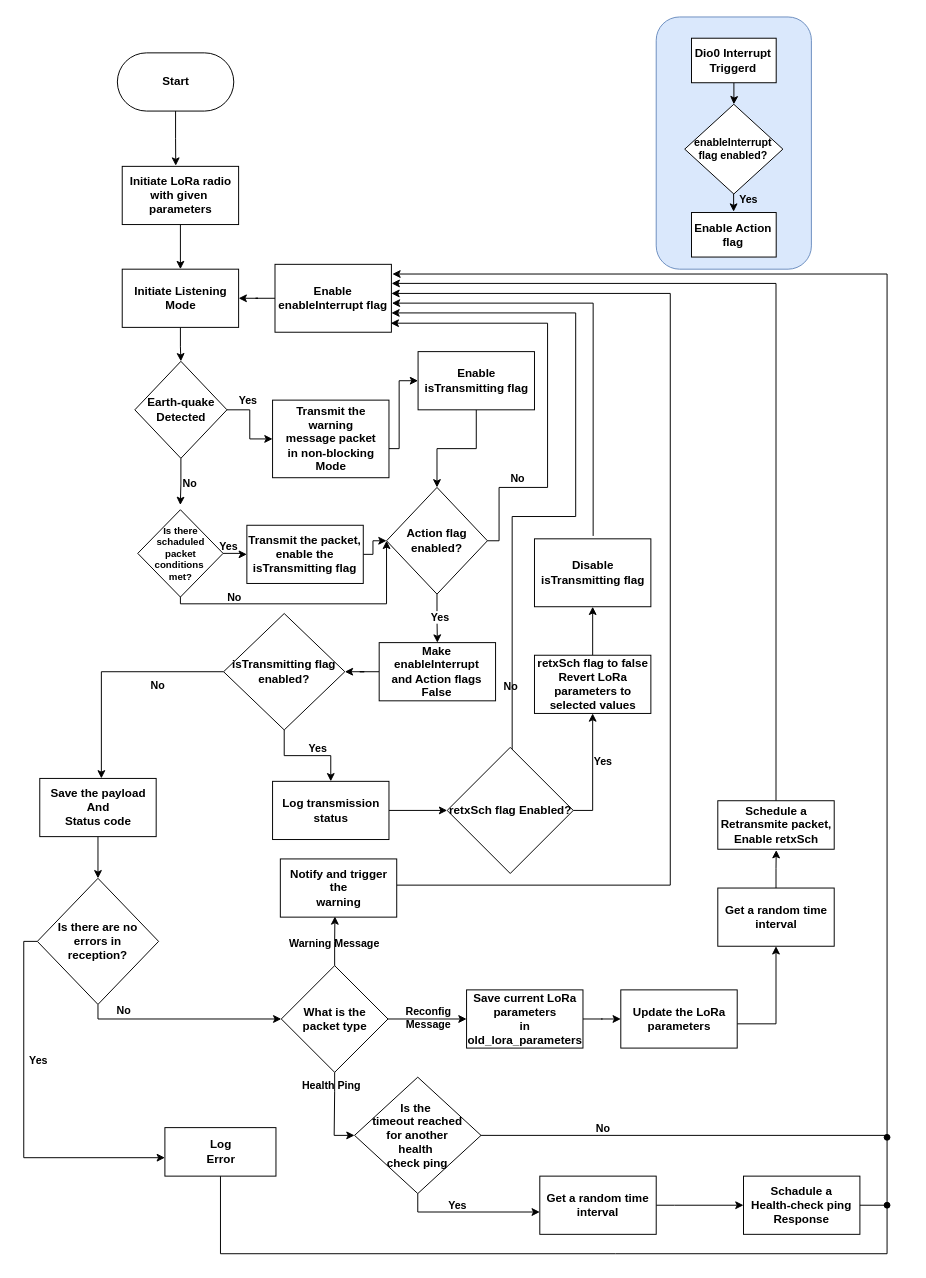
The draw.io diagram End device flow.drawio in NuwanUdara/my-diagrams, before the edit. Source tidied: cells renumbered, new cells numbered last; positions are measured from the earlier drawing's top-left corner, leaving out a move shared by most shapes. Both pictures are drawn from the tidied source at 97%, with x=0, y=0 at pixel (23, 16).
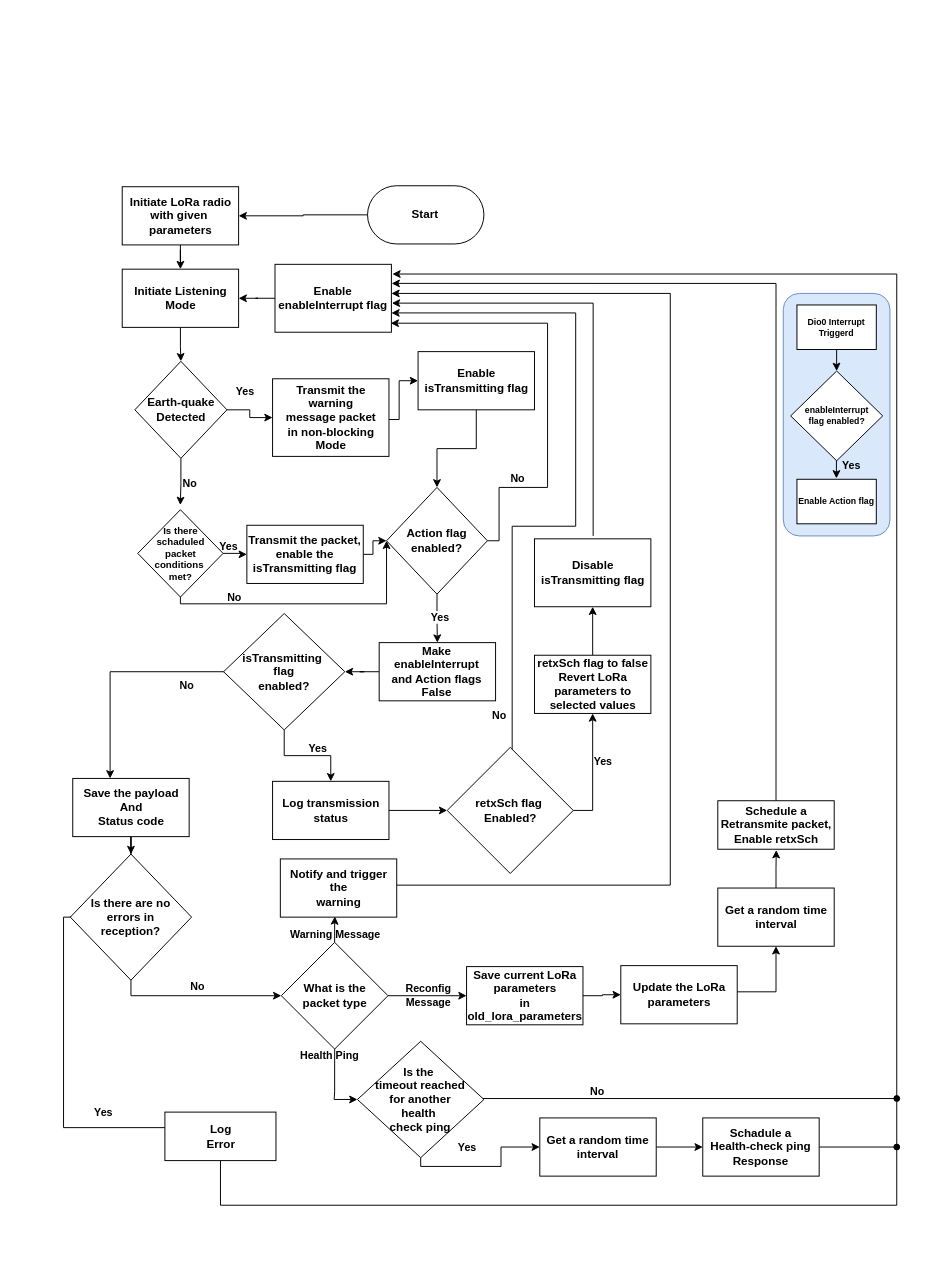
After the change.

The change refers to these unchanged cells:
```xml
<mxCell id="24" value="Enable&lt;div&gt;isTransmitting flag&lt;/div&gt;" style="rounded=0;whiteSpace=wrap;html=1;fontStyle=1;" parent="1" vertex="1">
  <mxGeometry x="406.5" y="345" width="120" height="60" as="geometry" />
</mxCell>
<mxCell id="53" style="edgeStyle=orthogonalEdgeStyle;rounded=0;jettySize=auto;html=1;entryX=0.469;entryY=0.988;entryDx=0;entryDy=0;entryPerimeter=0;fontStyle=1;" parent="1" edge="1" source="59" target="61">
  <mxGeometry relative="1" as="geometry" />
</mxCell>
<mxCell id="55" style="edgeStyle=orthogonalEdgeStyle;rounded=0;jettySize=auto;html=1;entryX=0;entryY=0.5;entryDx=0;entryDy=0;fontStyle=1;" parent="1" edge="1" source="59" target="63">
  <mxGeometry relative="1" as="geometry" />
</mxCell>
<mxCell id="66" value="Get a random time interval" style="rounded=0;whiteSpace=wrap;html=1;fontStyle=1;" parent="1" vertex="1">
  <mxGeometry x="715.5" y="898" width="120" height="60" as="geometry" />
</mxCell>
```

The edit, as a diff of the source:
```diff
@@
-    <mxCell id="2" style="edgeStyle=orthogonalEdgeStyle;rounded=0;jettySize=auto;html=1;entryX=0.46;entryY=-0.012;entryDx=0;entryDy=0;entryPerimeter=0;fontStyle=1;" parent="1" edge="1" source="3" target="5">
+    <mxCell id="2" style="edgeStyle=orthogonalEdgeStyle;rounded=0;jettySize=auto;html=1;entryX=1;entryY=0.5;entryDx=0;entryDy=0;" parent="1" edge="1" source="3" target="5">
       <mxGeometry relative="1" as="geometry" />
     </mxCell>
     <mxCell id="3" value="Start" style="rounded=1;whiteSpace=wrap;html=1;arcSize=50;fontStyle=1;" parent="1" vertex="1">
-      <mxGeometry x="96.5" y="37" width="120" height="60" as="geometry" />
+      <mxGeometry x="354.4" y="174" width="120" height="60" as="geometry" />
     </mxCell>
@@
     <mxCell id="5" value="Initiate LoRa radio&lt;br&gt;with given&amp;nbsp;&lt;div&gt;parameters&lt;/div&gt;" style="rounded=0;whiteSpace=wrap;html=1;fontStyle=1;" parent="1" vertex="1">
-      <mxGeometry x="101.5" y="154" width="120" height="60" as="geometry" />
+      <mxGeometry x="101.5" y="175" width="120" height="60" as="geometry" />
     </mxCell>
@@
     <mxCell id="13" style="edgeStyle=orthogonalEdgeStyle;rounded=0;jettySize=auto;html=1;entryX=0;entryY=0.5;entryDx=0;entryDy=0;fontStyle=1;" parent="1" edge="1" source="14" target="24">
       <mxGeometry relative="1" as="geometry">
         <Array as="points">
-          <mxPoint x="387" y="445" />
+          <mxPoint x="387" y="415" />
           <mxPoint x="387" y="375" />
         </Array>
       </mxGeometry>
     </mxCell>
     <mxCell id="14" value="Transmit the warning&lt;br&gt;message packet&lt;div&gt;in non-blocking&lt;/div&gt;&lt;div&gt;Mode&lt;/div&gt;" style="rounded=0;whiteSpace=wrap;html=1;fontStyle=1;" parent="1" vertex="1">
-      <mxGeometry x="256.5" y="395" width="120" height="80" as="geometry" />
+      <mxGeometry x="256.5" y="373" width="120" height="80" as="geometry" />
     </mxCell>
     <mxCell id="15" style="group;fontStyle=1;" parent="1" vertex="1">
-      <mxGeometry x="652" width="160" height="260" as="geometry" />
+      <mxGeometry x="763" y="275" width="150" height="260" as="geometry" />
     </mxCell>
     <mxCell id="16" style="rounded=1;whiteSpace=wrap;html=1;fillColor=#dae8fc;strokeColor=#6c8ebf;fontStyle=1;" parent="15" vertex="1">
-      <mxGeometry width="160" height="260" as="geometry" />
+      <mxGeometry x="20" y="10" width="110" height="250" as="geometry" />
     </mxCell>
@@
-    <mxCell id="18" value="Dio0 Interrupt Triggerd" style="rounded=0;whiteSpace=wrap;html=1;fontStyle=1;" parent="15" vertex="1">
-      <mxGeometry x="36.4" y="21.9" width="87.3" height="45.9" as="geometry" />
+    <mxCell id="18" value="Dio0 Interrupt Triggerd" style="rounded=0;whiteSpace=wrap;html=1;fontStyle=1;fontSize=9;" parent="15" vertex="1">
+      <mxGeometry x="34.1" y="21.9" width="81.8" height="45.9" as="geometry" />
     </mxCell>
     <mxCell id="19" style="edgeStyle=orthogonalEdgeStyle;rounded=0;orthogonalLoop=1;jettySize=auto;html=1;entryX=0.5;entryY=0;entryDx=0;entryDy=0;fontStyle=1;" parent="15" edge="1">
       <mxGeometry relative="1" as="geometry">
-        <mxPoint x="79.8" y="181.6" as="sourcePoint" />
-        <mxPoint x="79.8" y="200.7" as="targetPoint" />
+        <mxPoint x="74.8" y="181.6" as="sourcePoint" />
+        <mxPoint x="74.8" y="200.7" as="targetPoint" />
       </mxGeometry>
     </mxCell>
@@
-    <mxCell id="21" value="&lt;font style=&quot;font-size: 11px;&quot;&gt;enableInterrupt&lt;/font&gt;&lt;div style=&quot;font-size: 11px;&quot;&gt;&lt;font style=&quot;font-size: 11px;&quot;&gt;flag enabled?&lt;/font&gt;&lt;/div&gt;" style="rhombus;whiteSpace=wrap;html=1;fontStyle=1;" parent="15" vertex="1">
-      <mxGeometry x="29.4" y="90" width="101.2" height="92.5" as="geometry" />
+    <mxCell id="21" value="&lt;font style=&quot;font-size: 9px;&quot;&gt;enableInterrupt&lt;/font&gt;&lt;div style=&quot;font-size: 9px;&quot;&gt;&lt;font style=&quot;font-size: 9px;&quot;&gt;flag enabled?&lt;/font&gt;&lt;/div&gt;" style="rhombus;whiteSpace=wrap;html=1;fontStyle=1;fontSize=9;" parent="15" vertex="1">
+      <mxGeometry x="27.6" y="90" width="94.9" height="92.5" as="geometry" />
     </mxCell>
-    <mxCell id="22" value="Enable Action flag" style="rounded=0;whiteSpace=wrap;html=1;fontStyle=1;" parent="15" vertex="1">
-      <mxGeometry x="36.4" y="201.6" width="87.3" height="45.9" as="geometry" />
+    <mxCell id="22" value="Enable Action flag" style="rounded=0;whiteSpace=wrap;html=1;fontStyle=1;fontSize=9;" parent="15" vertex="1">
+      <mxGeometry x="34.1" y="201.6" width="81.8" height="45.9" as="geometry" />
     </mxCell>
@@
-    <mxCell id="32" style="edgeStyle=orthogonalEdgeStyle;rounded=0;jettySize=auto;html=1;exitX=0;exitY=0.5;exitDx=0;exitDy=0;fontStyle=1;" parent="1" edge="1" source="34" target="45">
+    <mxCell id="32" style="edgeStyle=orthogonalEdgeStyle;rounded=0;orthogonalLoop=1;jettySize=auto;html=1;exitX=0;exitY=0.5;exitDx=0;exitDy=0;fontStyle=1;" parent="1" edge="1">
       <mxGeometry relative="1" as="geometry">
+        <mxPoint x="215" y="675" as="sourcePoint" />
+        <mxPoint x="89" y="785" as="targetPoint" />
         <Array as="points">
-          <mxPoint x="80" y="675" />
+          <mxPoint x="89" y="675" />
         </Array>
       </mxGeometry>
     </mxCell>
     <mxCell id="33" value="No" style="edgeLabel;html=1;align=center;verticalAlign=middle;fontStyle=1;labelBackgroundColor=none;" parent="32" vertex="1">
       <mxGeometry x="0.05" y="3" relative="1" as="geometry">
-        <mxPoint x="55" y="10" as="offset" />
+        <mxPoint x="76" y="10" as="offset" />
       </mxGeometry>
     </mxCell>
-    <mxCell id="34" value="isTransmitting flag&lt;div&gt;enabled?&lt;/div&gt;" style="rhombus;whiteSpace=wrap;html=1;fontStyle=1;" parent="1" vertex="1">
+    <mxCell id="34" value="isTransmitting&amp;nbsp;&lt;div style=&quot;font-size: 12px;&quot;&gt;flag&lt;div style=&quot;font-size: 12px;&quot;&gt;enabled?&lt;/div&gt;&lt;/div&gt;" style="rhombus;whiteSpace=wrap;html=1;fontStyle=1;fontSize=12;" parent="1" vertex="1">
       <mxGeometry x="206" y="615" width="125" height="120" as="geometry" />
     </mxCell>
@@
     <mxCell id="39" style="edgeStyle=orthogonalEdgeStyle;rounded=0;orthogonalLoop=1;jettySize=auto;html=1;entryX=0.983;entryY=0.716;entryDx=0;entryDy=0;entryPerimeter=0;fontStyle=1;" parent="1" edge="1">
       <mxGeometry relative="1" as="geometry">
         <mxPoint x="503.5" y="765" as="sourcePoint" />
         <mxPoint x="379" y="305.1" as="targetPoint" />
         <Array as="points">
-          <mxPoint x="504" y="515" />
-          <mxPoint x="569" y="515" />
+          <mxPoint x="504" y="525" />
+          <mxPoint x="569" y="525" />
           <mxPoint x="569" y="305" />
         </Array>
       </mxGeometry>
     </mxCell>
     <mxCell id="40" value="No" style="edgeLabel;html=1;align=center;verticalAlign=middle;fontStyle=1;labelBackgroundColor=none;" parent="39" vertex="1">
       <mxGeometry x="-0.78" y="1" relative="1" as="geometry">
-        <mxPoint x="-1" y="3" as="offset" />
+        <mxPoint x="-13" y="33" as="offset" />
       </mxGeometry>
     </mxCell>
-    <mxCell id="41" value="retxSch flag Enabled?" style="rhombus;whiteSpace=wrap;html=1;fontStyle=1;" parent="1" vertex="1">
+    <mxCell id="41" value="retxSch flag&amp;nbsp;&lt;div style=&quot;font-size: 12px;&quot;&gt;Enabled?&lt;/div&gt;" style="rhombus;whiteSpace=wrap;html=1;fontStyle=1;fontSize=12;" parent="1" vertex="1">
       <mxGeometry x="436.5" y="753" width="130" height="130" as="geometry" />
     </mxCell>
@@
     <mxCell id="45" value="Save the payload&lt;br&gt;&lt;div&gt;And&lt;/div&gt;&lt;div&gt;Status code&lt;/div&gt;" style="rounded=0;whiteSpace=wrap;html=1;fontStyle=1;" parent="1" vertex="1">
-      <mxGeometry x="16.5" y="785" width="120" height="60" as="geometry" />
+      <mxGeometry x="50.5" y="785" width="120" height="60" as="geometry" />
     </mxCell>
@@
-    <mxCell id="48" style="edgeStyle=orthogonalEdgeStyle;rounded=0;jettySize=auto;html=1;entryX=0;entryY=0.5;entryDx=0;entryDy=0;fontStyle=1;" parent="1" edge="1" source="52" target="59">
+    <mxCell id="48" style="edgeStyle=orthogonalEdgeStyle;rounded=0;jettySize=auto;html=1;entryX=0;entryY=0.5;entryDx=0;entryDy=0;fontStyle=1;exitX=0.5;exitY=1;exitDx=0;exitDy=0;" parent="1" edge="1" source="52" target="59">
       <mxGeometry relative="1" as="geometry">
         <Array as="points">
-          <mxPoint x="76.5" y="1033" />
+          <mxPoint x="111" y="1009" />
         </Array>
       </mxGeometry>
     </mxCell>
     <mxCell id="49" value="No" style="edgeLabel;html=1;align=center;verticalAlign=middle;fontStyle=1;labelBackgroundColor=none;" parent="48" vertex="1">
       <mxGeometry x="-0.59" y="1" relative="1" as="geometry">
-        <mxPoint x="-1" y="-9" as="offset" />
+        <mxPoint x="49" y="-9" as="offset" />
       </mxGeometry>
     </mxCell>
-    <mxCell id="50" style="edgeStyle=orthogonalEdgeStyle;rounded=0;jettySize=auto;html=1;" parent="1" edge="1" source="52" target="91">
+    <mxCell id="50" style="edgeStyle=orthogonalEdgeStyle;rounded=0;jettySize=auto;html=1;exitX=0.004;exitY=0.492;exitDx=0;exitDy=0;entryX=-0.01;entryY=0.344;entryDx=0;entryDy=0;entryPerimeter=0;exitPerimeter=0;" parent="1" edge="1" source="52">
       <mxGeometry relative="1" as="geometry">
+        <mxPoint x="165.4" y="1146.2" as="targetPoint" />
         <Array as="points">
-          <mxPoint y="953" />
-          <mxPoint y="1176" />
+          <mxPoint x="48" y="928" />
+          <mxPoint x="41" y="928" />
+          <mxPoint x="41" y="1145" />
+          <mxPoint x="147" y="1145" />
+          <mxPoint x="147" y="1146" />
         </Array>
       </mxGeometry>
     </mxCell>
     <mxCell id="51" value="Yes" style="edgeLabel;html=1;align=center;verticalAlign=middle;labelBackgroundColor=none;fontStyle=1;" parent="50" vertex="1">
       <mxGeometry x="-0.36" y="-3" relative="1" as="geometry">
-        <mxPoint x="17" y="14" as="offset" />
+        <mxPoint x="43" y="98" as="offset" />
       </mxGeometry>
     </mxCell>
     <mxCell id="52" value="Is there are no&lt;div&gt;errors in&lt;/div&gt;&lt;div&gt;reception?&lt;/div&gt;" style="rhombus;whiteSpace=wrap;html=1;fontStyle=1;" parent="1" vertex="1">
-      <mxGeometry x="14" y="888" width="125" height="130" as="geometry" />
+      <mxGeometry x="48" y="863" width="125" height="130" as="geometry" />
     </mxCell>
@@
     <mxCell id="54" value="Warning Message" style="edgeLabel;html=1;align=center;verticalAlign=middle;fontStyle=1;labelBackgroundColor=none;" parent="53" vertex="1">
-      <mxGeometry x="-0.04" y="1" relative="1" as="geometry" />
+      <mxGeometry x="-0.04" y="1" relative="1" as="geometry">
+        <mxPoint x="1" y="4" as="offset" />
+      </mxGeometry>
     </mxCell>
@@
     <mxCell id="56" value="Reconfig&lt;br&gt;Message" style="edgeLabel;html=1;align=center;verticalAlign=middle;fontStyle=1;labelBackgroundColor=none;" parent="55" vertex="1">
       <mxGeometry x="0.03" y="2" relative="1" as="geometry">
-        <mxPoint x="-1" as="offset" />
+        <mxPoint x="-1" y="1" as="offset" />
       </mxGeometry>
     </mxCell>
     <mxCell id="57" style="edgeStyle=orthogonalEdgeStyle;rounded=0;jettySize=auto;html=1;entryX=0;entryY=0.5;entryDx=0;entryDy=0;fontStyle=1;" parent="1" edge="1" source="59" target="76">
       <mxGeometry relative="1" as="geometry">
         <Array as="points">
-          <mxPoint x="321" y="1108" />
           <mxPoint x="320" y="1108" />
-          <mxPoint x="320" y="1153" />
+          <mxPoint x="320" y="1121" />
         </Array>
       </mxGeometry>
     </mxCell>
     <mxCell id="58" value="Health Ping" style="edgeLabel;html=1;align=center;verticalAlign=middle;labelBackgroundColor=none;fontStyle=1;" parent="57" vertex="1">
       <mxGeometry x="-0.39" y="-2" relative="1" as="geometry">
-        <mxPoint x="-2" y="-12" as="offset" />
+        <mxPoint x="-4" y="-17" as="offset" />
       </mxGeometry>
     </mxCell>
     <mxCell id="59" value="What is the&lt;br&gt;packet type" style="rhombus;whiteSpace=wrap;html=1;fontStyle=1;" parent="1" vertex="1">
-      <mxGeometry x="265.5" y="978" width="110" height="110" as="geometry" />
+      <mxGeometry x="265.5" y="954" width="110" height="110" as="geometry" />
     </mxCell>
@@
     <mxCell id="63" value="Save current LoRa&lt;br&gt;parameters&lt;br&gt;in old_lora_parameters" style="rounded=0;whiteSpace=wrap;html=1;fontStyle=1;" parent="1" vertex="1">
-      <mxGeometry x="456.5" y="1003" width="120" height="60" as="geometry" />
+      <mxGeometry x="456.5" y="979" width="120" height="60" as="geometry" />
     </mxCell>
     <mxCell id="64" style="edgeStyle=orthogonalEdgeStyle;rounded=0;jettySize=auto;html=1;entryX=0.5;entryY=1;entryDx=0;entryDy=0;fontStyle=1;" parent="1" edge="1" source="65" target="66">
       <mxGeometry relative="1" as="geometry">
         <Array as="points">
-          <mxPoint x="775.5" y="1038" />
+          <mxPoint x="776" y="1005" />
         </Array>
       </mxGeometry>
     </mxCell>
     <mxCell id="65" value="Update the LoRa parameters" style="rounded=0;whiteSpace=wrap;html=1;fontStyle=1;" parent="1" vertex="1">
-      <mxGeometry x="615.5" y="1003" width="120" height="60" as="geometry" />
+      <mxGeometry x="615.5" y="978" width="120" height="60" as="geometry" />
     </mxCell>
@@
     <mxCell id="72" style="edgeStyle=orthogonalEdgeStyle;rounded=0;jettySize=auto;html=1;exitX=1;exitY=0.5;exitDx=0;exitDy=0;fontStyle=1;" parent="1" edge="1" source="76">
       <mxGeometry relative="1" as="geometry">
         <mxPoint x="380" y="265" as="targetPoint" />
         <Array as="points">
-          <mxPoint x="890" y="1153" />
-          <mxPoint x="890" y="265" />
+          <mxPoint x="471" y="1116" />
+          <mxPoint x="471" y="1115" />
+          <mxPoint x="900" y="1115" />
+          <mxPoint x="900" y="265" />
         </Array>
       </mxGeometry>
     </mxCell>
@@
-    <mxCell id="74" style="edgeStyle=orthogonalEdgeStyle;rounded=0;jettySize=auto;html=1;fontStyle=1;" parent="1" edge="1" source="76" target="78">
+    <mxCell id="74" style="edgeStyle=orthogonalEdgeStyle;rounded=0;jettySize=auto;html=1;fontStyle=1;exitX=0.5;exitY=1;exitDx=0;exitDy=0;" parent="1" edge="1" source="76">
       <mxGeometry relative="1" as="geometry">
+        <mxPoint x="532" y="1165" as="targetPoint" />
         <Array as="points">
-          <mxPoint x="406" y="1232" />
+          <mxPoint x="409" y="1185" />
+          <mxPoint x="492" y="1185" />
+          <mxPoint x="492" y="1165" />
         </Array>
       </mxGeometry>
     </mxCell>
     <mxCell id="75" value="Yes" style="edgeLabel;html=1;align=center;verticalAlign=middle;fontStyle=1;labelBackgroundColor=none;" parent="74" vertex="1">
       <mxGeometry x="-0.18" y="2" relative="1" as="geometry">
-        <mxPoint y="-6" as="offset" />
+        <mxPoint x="-6" y="-18" as="offset" />
       </mxGeometry>
     </mxCell>
     <mxCell id="76" value="Is the&amp;nbsp;&lt;div&gt;t&lt;span style=&quot;background-color: initial;&quot;&gt;imeout&amp;nbsp;&lt;/span&gt;&lt;span style=&quot;background-color: initial;&quot;&gt;reached&lt;/span&gt;&lt;div&gt;for another&lt;br&gt;health&amp;nbsp;&lt;/div&gt;&lt;div&gt;check&amp;nbsp;&lt;span style=&quot;background-color: initial;&quot;&gt;ping&lt;/span&gt;&lt;/div&gt;&lt;/div&gt;" style="rhombus;whiteSpace=wrap;html=1;fontStyle=1;" parent="1" vertex="1">
-      <mxGeometry x="341" y="1093" width="130.4" height="120" as="geometry" />
+      <mxGeometry x="344" y="1056" width="130.4" height="120" as="geometry" />
     </mxCell>
-    <mxCell id="77" style="edgeStyle=orthogonalEdgeStyle;rounded=0;jettySize=auto;html=1;entryX=0;entryY=0.5;entryDx=0;entryDy=0;exitX=1;exitY=0.5;exitDx=0;exitDy=0;fontStyle=1;" parent="1" edge="1" source="78" target="80">
-      <mxGeometry relative="1" as="geometry">
-        <Array as="points">
-          <mxPoint x="671" y="1225" />
-          <mxPoint x="671" y="1225" />
-        </Array>
-      </mxGeometry>
+    <mxCell id="77" style="edgeStyle=orthogonalEdgeStyle;rounded=0;jettySize=auto;html=1;entryX=0;entryY=0.5;entryDx=0;entryDy=0;" parent="1" edge="1" source="78" target="80">
+      <mxGeometry relative="1" as="geometry" />
     </mxCell>
     <mxCell id="78" value="Get a random time interval" style="rounded=0;whiteSpace=wrap;html=1;fontStyle=1;" parent="1" vertex="1">
-      <mxGeometry x="532" y="1195" width="120" height="60" as="geometry" />
+      <mxGeometry x="532" y="1135" width="120" height="60" as="geometry" />
     </mxCell>
     <mxCell id="79" style="edgeStyle=orthogonalEdgeStyle;rounded=0;orthogonalLoop=1;jettySize=auto;html=1;endArrow=oval;endFill=1;exitX=1;exitY=0.5;exitDx=0;exitDy=0;fontStyle=1;" parent="1" edge="1">
       <mxGeometry relative="1" as="geometry">
-        <mxPoint x="830" y="1225" as="sourcePoint" />
-        <mxPoint x="890" y="1155" as="targetPoint" />
+        <mxPoint x="820" y="1165" as="sourcePoint" />
+        <mxPoint x="900" y="1115" as="targetPoint" />
         <Array as="points">
-          <mxPoint x="890" y="1225" />
+          <mxPoint x="900" y="1165" />
+          <mxPoint x="900" y="1115" />
         </Array>
       </mxGeometry>
     </mxCell>
     <mxCell id="80" value="Schadule a&lt;br&gt;Health-check ping&lt;br&gt;Response" style="rounded=0;whiteSpace=wrap;html=1;fontStyle=1;" parent="1" vertex="1">
-      <mxGeometry x="742" y="1195" width="120" height="60" as="geometry" />
+      <mxGeometry x="700" y="1135" width="120" height="60" as="geometry" />
     </mxCell>
@@
     <mxCell id="90" style="edgeStyle=orthogonalEdgeStyle;rounded=0;jettySize=auto;html=1;endArrow=oval;endFill=1;" parent="1" edge="1" source="91">
       <mxGeometry relative="1" as="geometry">
-        <mxPoint x="890" y="1225" as="targetPoint" />
+        <mxPoint x="900" y="1165" as="targetPoint" />
         <Array as="points">
-          <mxPoint x="610" y="1275" />
-          <mxPoint x="610" y="1275" />
+          <mxPoint x="203" y="1225" />
+          <mxPoint x="900" y="1225" />
+          <mxPoint x="900" y="1165" />
         </Array>
       </mxGeometry>
     </mxCell>
     <mxCell id="91" value="Log&lt;br&gt;Error" style="whiteSpace=wrap;html=1;fontStyle=1;" parent="1" vertex="1">
-      <mxGeometry x="145.5" y="1145" width="114.5" height="50" as="geometry" />
+      <mxGeometry x="145.5" y="1129" width="114.5" height="50" as="geometry" />
     </mxCell>
```
